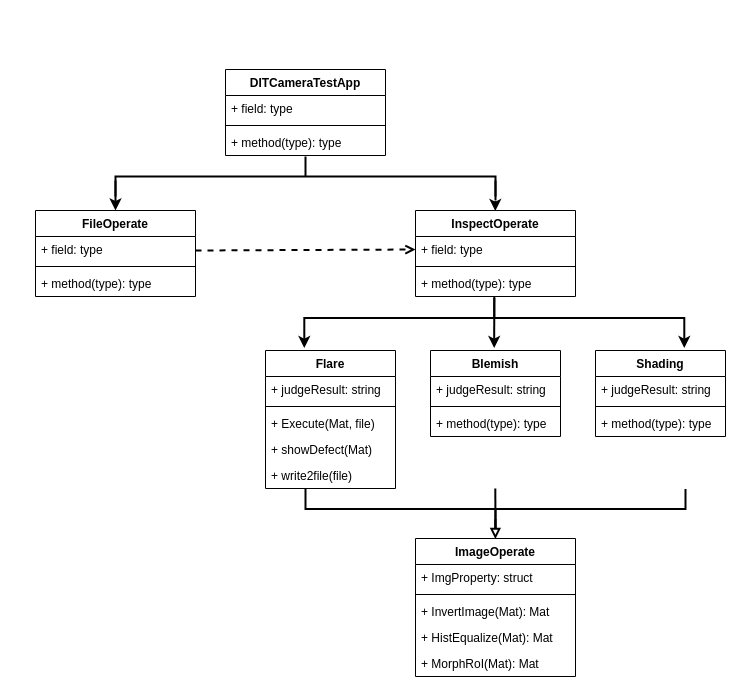
muscleee/UML keeps this draw.io diagram as 未命名圖表.drawio. Above is the earlier version. Source tidied: cells renumbered, new cells numbered last; positions are measured from the earlier drawing's top-left corner, leaving out a move shared by most shapes. Both pictures are drawn from the tidied source at 100%, with x=0, y=0 at pixel (35, 69).
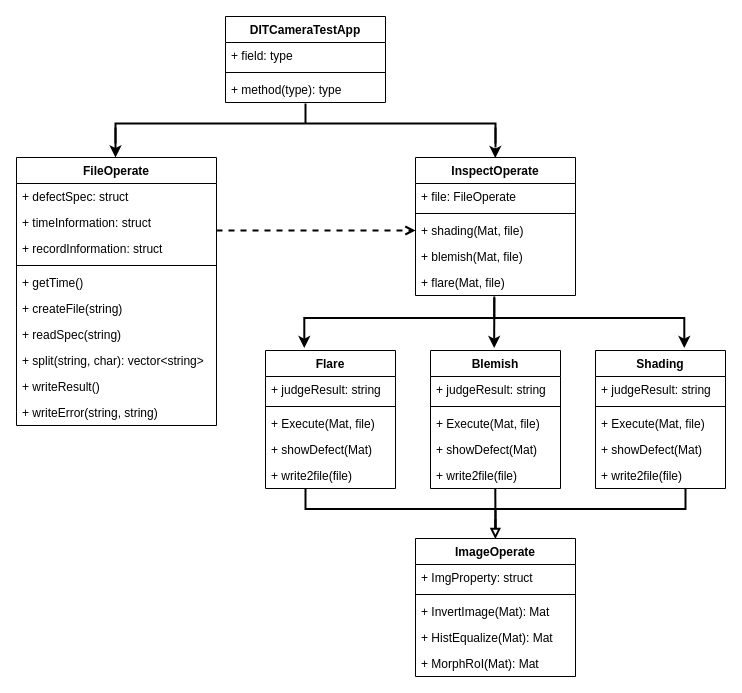
Above is the later version.

Commit message:
更新未命名圖表.drawio

What changed in the source:
```diff
@@
+    <mxCell id="27" style="strokeWidth=2;html=1;shape=mxgraph.flowchart.annotation_2;align=left;labelPosition=right;direction=south;" parent="1" vertex="1">
+      <mxGeometry x="80" y="34" width="380" height="40" as="geometry" />
+    </mxCell>
+    <mxCell id="46" style="endArrow=open;html=1;rounded=0;strokeColor=#000000;strokeWidth=2;dashed=1;endFill=0;entryX=0;entryY=0.5;entryDx=0;entryDy=0;exitX=1;exitY=0.5;exitDx=0;exitDy=0;" parent="1" edge="1">
+      <mxGeometry relative="1" as="geometry">
+        <mxPoint x="181" y="161" as="sourcePoint" />
+        <mxPoint x="380" y="161" as="targetPoint" />
+      </mxGeometry>
+    </mxCell>
+    <mxCell id="25" style="strokeWidth=2;html=1;shape=mxgraph.flowchart.annotation_2;align=left;labelPosition=right;direction=south;" parent="1" vertex="1">
+      <mxGeometry x="268.8" y="228.6" width="380" height="40" as="geometry" />
+    </mxCell>
     <mxCell id="3" value="DITCameraTestApp" style="swimlane;fontStyle=1;align=center;verticalAlign=top;horizontal=1;startSize=26;" parent="1" vertex="1">
-      <mxGeometry x="190" width="160" height="86" as="geometry" />
+      <mxGeometry x="190" y="-53" width="160" height="86" as="geometry" />
     </mxCell>
@@
     <mxCell id="7" value="FileOperate" style="swimlane;fontStyle=1;align=center;verticalAlign=top;horizontal=1;startSize=26;" parent="1" vertex="1">
-      <mxGeometry y="141" width="160" height="86" as="geometry" />
+      <mxGeometry x="-19" y="88" width="200" height="268" as="geometry" />
     </mxCell>
-    <mxCell id="8" value="+ field: type" style="text;strokeColor=none;fillColor=none;align=left;verticalAlign=top;spacingLeft=4;spacingRight=4;overflow=hidden;" parent="7" vertex="1">
-      <mxGeometry y="26" width="160" height="26" as="geometry" />
+    <mxCell id="8" value="+ defectSpec: struct" style="text;strokeColor=none;fillColor=none;align=left;verticalAlign=top;spacingLeft=4;spacingRight=4;overflow=hidden;" parent="7" vertex="1">
+      <mxGeometry y="26" width="200" height="26" as="geometry" />
     </mxCell>
+    <mxCell id="48" value="+ timeInformation: struct" style="text;strokeColor=none;fillColor=none;align=left;verticalAlign=top;spacingLeft=4;spacingRight=4;overflow=hidden;" parent="7" vertex="1">
+      <mxGeometry y="52" width="200" height="26" as="geometry" />
+    </mxCell>
+    <mxCell id="49" value="+ recordInformation: struct" style="text;strokeColor=none;fillColor=none;align=left;verticalAlign=top;spacingLeft=4;spacingRight=4;overflow=hidden;" parent="7" vertex="1">
+      <mxGeometry y="78" width="200" height="26" as="geometry" />
+    </mxCell>
     <mxCell id="9" style="line;strokeWidth=1;fillColor=none;align=left;verticalAlign=middle;spacingTop=-1;spacingLeft=3;spacingRight=3;labelPosition=right;" parent="7" vertex="1">
-      <mxGeometry y="52" width="160" height="8" as="geometry" />
+      <mxGeometry y="104" width="200" height="8" as="geometry" />
     </mxCell>
-    <mxCell id="10" value="+ method(type): type" style="text;strokeColor=none;fillColor=none;align=left;verticalAlign=top;spacingLeft=4;spacingRight=4;overflow=hidden;" parent="7" vertex="1">
-      <mxGeometry y="60" width="160" height="26" as="geometry" />
+    <mxCell id="10" value="+ getTime()" style="text;strokeColor=none;fillColor=none;align=left;verticalAlign=top;spacingLeft=4;spacingRight=4;overflow=hidden;" parent="7" vertex="1">
+      <mxGeometry y="112" width="200" height="26" as="geometry" />
     </mxCell>
+    <mxCell id="50" value="+ createFile(string)" style="text;strokeColor=none;fillColor=none;align=left;verticalAlign=top;spacingLeft=4;spacingRight=4;overflow=hidden;" parent="7" vertex="1">
+      <mxGeometry y="138" width="200" height="26" as="geometry" />
+    </mxCell>
+    <mxCell id="51" value="+ readSpec(string)" style="text;strokeColor=none;fillColor=none;align=left;verticalAlign=top;spacingLeft=4;spacingRight=4;overflow=hidden;" parent="7" vertex="1">
+      <mxGeometry y="164" width="200" height="26" as="geometry" />
+    </mxCell>
+    <mxCell id="52" value="+ split(string, char): vector&lt;string&gt;" style="text;strokeColor=none;fillColor=none;align=left;verticalAlign=top;spacingLeft=4;spacingRight=4;overflow=hidden;" parent="7" vertex="1">
+      <mxGeometry y="190" width="200" height="26" as="geometry" />
+    </mxCell>
+    <mxCell id="53" value="+ writeResult()" style="text;strokeColor=none;fillColor=none;align=left;verticalAlign=top;spacingLeft=4;spacingRight=4;overflow=hidden;" parent="7" vertex="1">
+      <mxGeometry y="216" width="200" height="26" as="geometry" />
+    </mxCell>
+    <mxCell id="54" value="+ writeError(string, string)" style="text;strokeColor=none;fillColor=none;align=left;verticalAlign=top;spacingLeft=4;spacingRight=4;overflow=hidden;" parent="7" vertex="1">
+      <mxGeometry y="242" width="200" height="26" as="geometry" />
+    </mxCell>
@@
     <mxCell id="17" value="Blemish" style="swimlane;fontStyle=1;align=center;verticalAlign=top;horizontal=1;startSize=26;" parent="1" vertex="1">
-      <mxGeometry x="395" y="281" width="130" height="86" as="geometry" />
+      <mxGeometry x="395" y="281" width="130" height="138" as="geometry" />
     </mxCell>
@@
-    <mxCell id="20" value="+ method(type): type" style="text;strokeColor=none;fillColor=none;align=left;verticalAlign=top;spacingLeft=4;spacingRight=4;overflow=hidden;" parent="17" vertex="1">
+    <mxCell id="20" value="+ Execute(Mat, file)" style="text;strokeColor=none;fillColor=none;align=left;verticalAlign=top;spacingLeft=4;spacingRight=4;overflow=hidden;" parent="17" vertex="1">
       <mxGeometry y="60" width="130" height="26" as="geometry" />
     </mxCell>
+    <mxCell id="55" value="+ showDefect(Mat)" style="text;strokeColor=none;fillColor=none;align=left;verticalAlign=top;spacingLeft=4;spacingRight=4;overflow=hidden;" parent="17" vertex="1">
+      <mxGeometry y="86" width="130" height="26" as="geometry" />
+    </mxCell>
+    <mxCell id="56" value="+ write2file(file)" style="text;strokeColor=none;fillColor=none;align=left;verticalAlign=top;spacingLeft=4;spacingRight=4;overflow=hidden;" parent="17" vertex="1">
+      <mxGeometry y="112" width="130" height="26" as="geometry" />
+    </mxCell>
     <mxCell id="21" value="Shading" style="swimlane;fontStyle=1;align=center;verticalAlign=top;horizontal=1;startSize=26;" parent="1" vertex="1">
-      <mxGeometry x="560" y="281" width="130" height="86" as="geometry" />
+      <mxGeometry x="560" y="281" width="130" height="138" as="geometry" />
     </mxCell>
@@
-    <mxCell id="24" value="+ method(type): type" style="text;strokeColor=none;fillColor=none;align=left;verticalAlign=top;spacingLeft=4;spacingRight=4;overflow=hidden;" parent="21" vertex="1">
+    <mxCell id="24" value="+ Execute(Mat, file)" style="text;strokeColor=none;fillColor=none;align=left;verticalAlign=top;spacingLeft=4;spacingRight=4;overflow=hidden;" parent="21" vertex="1">
       <mxGeometry y="60" width="130" height="26" as="geometry" />
     </mxCell>
-    <mxCell id="25" style="strokeWidth=2;html=1;shape=mxgraph.flowchart.annotation_2;align=left;labelPosition=right;direction=south;" parent="1" vertex="1">
-      <mxGeometry x="268.8" y="228.6" width="380" height="40" as="geometry" />
-    </mxCell>
+    <mxCell id="57" value="+ showDefect(Mat)" style="text;strokeColor=none;fillColor=none;align=left;verticalAlign=top;spacingLeft=4;spacingRight=4;overflow=hidden;" parent="21" vertex="1">
+      <mxGeometry y="86" width="130" height="26" as="geometry" />
+    </mxCell>
+    <mxCell id="58" value="+ write2file(file)" style="text;strokeColor=none;fillColor=none;align=left;verticalAlign=top;spacingLeft=4;spacingRight=4;overflow=hidden;" parent="21" vertex="1">
+      <mxGeometry y="112" width="130" height="26" as="geometry" />
+    </mxCell>
@@
-    <mxCell id="27" style="strokeWidth=2;html=1;shape=mxgraph.flowchart.annotation_2;align=left;labelPosition=right;direction=south;" parent="1" vertex="1">
-      <mxGeometry x="80" y="87" width="380" height="40" as="geometry" />
-    </mxCell>
@@
     <mxCell id="36" style="endArrow=classic;html=1;rounded=0;strokeColor=#000000;strokeWidth=2;startArrow=none;" parent="1" edge="1" source="38">
       <mxGeometry relative="1" as="geometry">
-        <mxPoint x="460" y="141" as="targetPoint" />
+        <mxPoint x="460" y="88" as="targetPoint" />
       </mxGeometry>
     </mxCell>
     <mxCell id="37" style="endArrow=classic;html=1;rounded=0;strokeColor=#000000;strokeWidth=2;" parent="1" edge="1">
       <mxGeometry relative="1" as="geometry">
-        <mxPoint x="80" y="111" as="sourcePoint" />
-        <mxPoint x="80" y="141" as="targetPoint" />
+        <mxPoint x="80" y="58" as="sourcePoint" />
+        <mxPoint x="80" y="88" as="targetPoint" />
       </mxGeometry>
     </mxCell>
     <mxCell id="38" value="InspectOperate" style="swimlane;fontStyle=1;align=center;verticalAlign=top;horizontal=1;startSize=26;" parent="1" vertex="1">
-      <mxGeometry x="380" y="141" width="160" height="86" as="geometry" />
+      <mxGeometry x="380" y="88" width="160" height="138" as="geometry" />
     </mxCell>
-    <mxCell id="39" value="+ field: type" style="text;strokeColor=none;fillColor=none;align=left;verticalAlign=top;spacingLeft=4;spacingRight=4;overflow=hidden;points=[[0,0.5],[1,0.5]];portConstraint=eastwest;" parent="38" vertex="1">
+    <mxCell id="39" value="+ file: FileOperate" style="text;strokeColor=none;fillColor=none;align=left;verticalAlign=top;spacingLeft=4;spacingRight=4;overflow=hidden;points=[[0,0.5],[1,0.5]];portConstraint=eastwest;" parent="38" vertex="1">
       <mxGeometry y="26" width="160" height="26" as="geometry" />
     </mxCell>
@@
-    <mxCell id="41" value="+ method(type): type" style="text;strokeColor=none;fillColor=none;align=left;verticalAlign=top;spacingLeft=4;spacingRight=4;overflow=hidden;" parent="38" vertex="1">
+    <mxCell id="41" value="+ shading(Mat, file)" style="text;strokeColor=none;fillColor=none;align=left;verticalAlign=top;spacingLeft=4;spacingRight=4;overflow=hidden;" parent="38" vertex="1">
       <mxGeometry y="60" width="160" height="26" as="geometry" />
     </mxCell>
+    <mxCell id="59" value="+ blemish(Mat, file)" style="text;strokeColor=none;fillColor=none;align=left;verticalAlign=top;spacingLeft=4;spacingRight=4;overflow=hidden;" parent="38" vertex="1">
+      <mxGeometry y="86" width="160" height="26" as="geometry" />
+    </mxCell>
+    <mxCell id="60" value="+ flare(Mat, file)" style="text;strokeColor=none;fillColor=none;align=left;verticalAlign=top;spacingLeft=4;spacingRight=4;overflow=hidden;" parent="38" vertex="1">
+      <mxGeometry y="112" width="160" height="26" as="geometry" />
+    </mxCell>
     <mxCell id="42" style="endArrow=none;html=1;rounded=0;strokeColor=#000000;strokeWidth=2;" parent="1" edge="1">
       <mxGeometry relative="1" as="geometry">
-        <mxPoint x="460" y="111" as="sourcePoint" />
-        <mxPoint x="460" y="131" as="targetPoint" />
+        <mxPoint x="460" y="58" as="sourcePoint" />
+        <mxPoint x="460" y="78" as="targetPoint" />
       </mxGeometry>
     </mxCell>
@@
-    <mxCell id="46" style="endArrow=open;html=1;rounded=0;strokeColor=#000000;strokeWidth=2;dashed=1;endFill=0;entryX=0;entryY=0.5;entryDx=0;entryDy=0;" parent="1" edge="1" target="39">
-      <mxGeometry relative="1" as="geometry">
-        <mxPoint x="160" y="181" as="sourcePoint" />
-      </mxGeometry>
-    </mxCell>
     <mxCell id="47" style="endArrow=classic;html=1;rounded=0;strokeColor=#000000;strokeWidth=2;" parent="1" edge="1">
       <mxGeometry relative="1" as="geometry">
-        <mxPoint x="459.8" y="131.6" as="sourcePoint" />
-        <mxPoint x="459.8" y="141.6" as="targetPoint" />
+        <mxPoint x="459.8" y="78.6" as="sourcePoint" />
+        <mxPoint x="459.8" y="88.6" as="targetPoint" />
       </mxGeometry>
     </mxCell>
```
